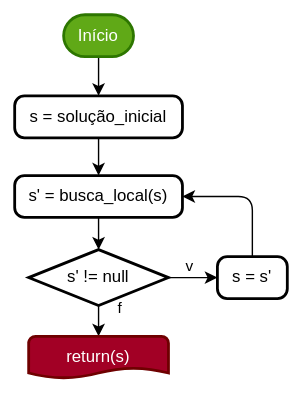
Earlier version of the draw.io export images/hillclimb.drawio.svg (spideryzarc/OCM). Source tidied: cells renumbered, new cells last; positions are measured from the earlier drawing's top-left corner, leaving out a move shared by most shapes. Its diagram source:
```xml
<mxGraphModel>
  <root>
    <mxCell id="0" />
    <mxCell id="1" parent="0" />
    <mxCell id="2" style="rounded=0;whiteSpace=wrap;html=1;strokeColor=none;" parent="1" vertex="1">
      <mxGeometry width="210" height="280" as="geometry" />
    </mxCell>
    <mxCell id="3" style="edgeStyle=none;html=1;entryX=0.5;entryY=0;entryDx=0;entryDy=0;" parent="1" edge="1" source="4" target="6">
      <mxGeometry relative="1" as="geometry" />
    </mxCell>
    <mxCell id="4" value="Início" style="strokeWidth=2;html=1;shape=mxgraph.flowchart.terminator;whiteSpace=wrap;fillColor=#60a917;fontColor=#ffffff;strokeColor=#2D7600;" parent="1" vertex="1">
      <mxGeometry x="45" y="10" width="50" height="30" as="geometry" />
    </mxCell>
    <mxCell id="5" style="edgeStyle=none;html=1;entryX=0.5;entryY=0;entryDx=0;entryDy=0;" parent="1" edge="1" source="6" target="8">
      <mxGeometry relative="1" as="geometry" />
    </mxCell>
    <mxCell id="6" value="s = solução_inicial" style="rounded=1;whiteSpace=wrap;html=1;absoluteArcSize=1;arcSize=14;strokeWidth=2;" parent="1" vertex="1">
      <mxGeometry x="10" y="68" width="120" height="30" as="geometry" />
    </mxCell>
    <mxCell id="7" style="edgeStyle=none;html=1;entryX=0.5;entryY=0;entryDx=0;entryDy=0;entryPerimeter=0;" parent="1" edge="1" source="8" target="11">
      <mxGeometry relative="1" as="geometry" />
    </mxCell>
    <mxCell id="8" value="s' = busca_local(s)" style="rounded=1;whiteSpace=wrap;html=1;absoluteArcSize=1;arcSize=14;strokeWidth=2;" parent="1" vertex="1">
      <mxGeometry x="10" y="125" width="120" height="30" as="geometry" />
    </mxCell>
    <mxCell id="9" value="f" style="edgeStyle=none;html=1;entryX=0.5;entryY=0;entryDx=0;entryDy=0;entryPerimeter=0;" parent="1" edge="1" source="11" target="14">
      <mxGeometry x="-0.82" y="15" relative="1" as="geometry" />
    </mxCell>
    <mxCell id="10" value="v" style="edgeStyle=none;html=1;" parent="1" edge="1" source="11" target="13">
      <mxGeometry x="-0.14" y="8" relative="1" as="geometry" />
    </mxCell>
    <mxCell id="11" value="s' != null" style="strokeWidth=2;html=1;shape=mxgraph.flowchart.decision;whiteSpace=wrap;" parent="1" vertex="1">
      <mxGeometry x="20" y="178" width="100" height="40" as="geometry" />
    </mxCell>
    <mxCell id="12" style="edgeStyle=none;html=1;entryX=1;entryY=0.5;entryDx=0;entryDy=0;" parent="1" edge="1" source="13" target="8">
      <mxGeometry relative="1" as="geometry">
        <Array as="points">
          <mxPoint x="180" y="140" />
        </Array>
      </mxGeometry>
    </mxCell>
    <mxCell id="13" value="s = s'" style="rounded=1;whiteSpace=wrap;html=1;absoluteArcSize=1;arcSize=14;strokeWidth=2;" parent="1" vertex="1">
      <mxGeometry x="155" y="183" width="50" height="30" as="geometry" />
    </mxCell>
    <mxCell id="14" value="return(s)" style="strokeWidth=2;html=1;shape=mxgraph.flowchart.document2;whiteSpace=wrap;size=0.25;fillColor=#a20025;fontColor=#ffffff;strokeColor=#6F0000;" parent="1" vertex="1">
      <mxGeometry x="20" y="240" width="100" height="30" as="geometry" />
    </mxCell>
  </root>
</mxGraphModel>
```
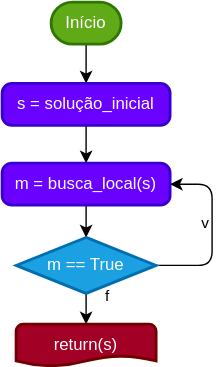
The same diagram one commit later.

Diff of the diagram source:
```diff
@@ -2,9 +2,6 @@
   <root>
     <mxCell id="0" />
     <mxCell id="1" parent="0" />
-    <mxCell id="2" style="rounded=0;whiteSpace=wrap;html=1;strokeColor=none;" parent="1" vertex="1">
-      <mxGeometry width="210" height="280" as="geometry" />
-    </mxCell>
     <mxCell id="3" style="edgeStyle=none;html=1;entryX=0.5;entryY=0;entryDx=0;entryDy=0;" parent="1" edge="1" source="4" target="6">
       <mxGeometry relative="1" as="geometry" />
     </mxCell>
@@ -14,34 +11,30 @@
     <mxCell id="5" style="edgeStyle=none;html=1;entryX=0.5;entryY=0;entryDx=0;entryDy=0;" parent="1" edge="1" source="6" target="8">
       <mxGeometry relative="1" as="geometry" />
     </mxCell>
-    <mxCell id="6" value="s = solução_inicial" style="rounded=1;whiteSpace=wrap;html=1;absoluteArcSize=1;arcSize=14;strokeWidth=2;" parent="1" vertex="1">
+    <mxCell id="6" value="s = solução_inicial" style="rounded=1;whiteSpace=wrap;html=1;absoluteArcSize=1;arcSize=14;strokeWidth=2;fillColor=#6a00ff;fontColor=#ffffff;strokeColor=#3700CC;" parent="1" vertex="1">
       <mxGeometry x="10" y="68" width="120" height="30" as="geometry" />
     </mxCell>
     <mxCell id="7" style="edgeStyle=none;html=1;entryX=0.5;entryY=0;entryDx=0;entryDy=0;entryPerimeter=0;" parent="1" edge="1" source="8" target="11">
       <mxGeometry relative="1" as="geometry" />
     </mxCell>
-    <mxCell id="8" value="s' = busca_local(s)" style="rounded=1;whiteSpace=wrap;html=1;absoluteArcSize=1;arcSize=14;strokeWidth=2;" parent="1" vertex="1">
+    <mxCell id="8" value="m&amp;nbsp;= busca_local(s)" style="rounded=1;whiteSpace=wrap;html=1;absoluteArcSize=1;arcSize=14;strokeWidth=2;fillColor=#6a00ff;fontColor=#ffffff;strokeColor=#3700CC;" parent="1" vertex="1">
       <mxGeometry x="10" y="125" width="120" height="30" as="geometry" />
     </mxCell>
     <mxCell id="9" value="f" style="edgeStyle=none;html=1;entryX=0.5;entryY=0;entryDx=0;entryDy=0;entryPerimeter=0;" parent="1" edge="1" source="11" target="14">
       <mxGeometry x="-0.82" y="15" relative="1" as="geometry" />
     </mxCell>
-    <mxCell id="10" value="v" style="edgeStyle=none;html=1;" parent="1" edge="1" source="11" target="13">
-      <mxGeometry x="-0.14" y="8" relative="1" as="geometry" />
+    <mxCell id="10" value="v" style="edgeStyle=none;html=1;entryX=1;entryY=0.5;entryDx=0;entryDy=0;" parent="1" edge="1" source="11" target="8">
+      <mxGeometry x="0.1" y="4" relative="1" as="geometry">
+        <Array as="points">
+          <mxPoint x="160" y="198" />
+          <mxPoint x="160" y="140" />
+        </Array>
+        <mxPoint x="-1" as="offset" />
+      </mxGeometry>
     </mxCell>
-    <mxCell id="11" value="s' != null" style="strokeWidth=2;html=1;shape=mxgraph.flowchart.decision;whiteSpace=wrap;" parent="1" vertex="1">
+    <mxCell id="11" value="m == True" style="strokeWidth=2;html=1;shape=mxgraph.flowchart.decision;whiteSpace=wrap;fillColor=#1ba1e2;fontColor=#ffffff;strokeColor=#006EAF;" parent="1" vertex="1">
       <mxGeometry x="20" y="178" width="100" height="40" as="geometry" />
     </mxCell>
-    <mxCell id="12" style="edgeStyle=none;html=1;entryX=1;entryY=0.5;entryDx=0;entryDy=0;" parent="1" edge="1" source="13" target="8">
-      <mxGeometry relative="1" as="geometry">
-        <Array as="points">
-          <mxPoint x="180" y="140" />
-        </Array>
-      </mxGeometry>
-    </mxCell>
-    <mxCell id="13" value="s = s'" style="rounded=1;whiteSpace=wrap;html=1;absoluteArcSize=1;arcSize=14;strokeWidth=2;" parent="1" vertex="1">
-      <mxGeometry x="155" y="183" width="50" height="30" as="geometry" />
-    </mxCell>
     <mxCell id="14" value="return(s)" style="strokeWidth=2;html=1;shape=mxgraph.flowchart.document2;whiteSpace=wrap;size=0.25;fillColor=#a20025;fontColor=#ffffff;strokeColor=#6F0000;" parent="1" vertex="1">
       <mxGeometry x="20" y="240" width="100" height="30" as="geometry" />
     </mxCell>
```
